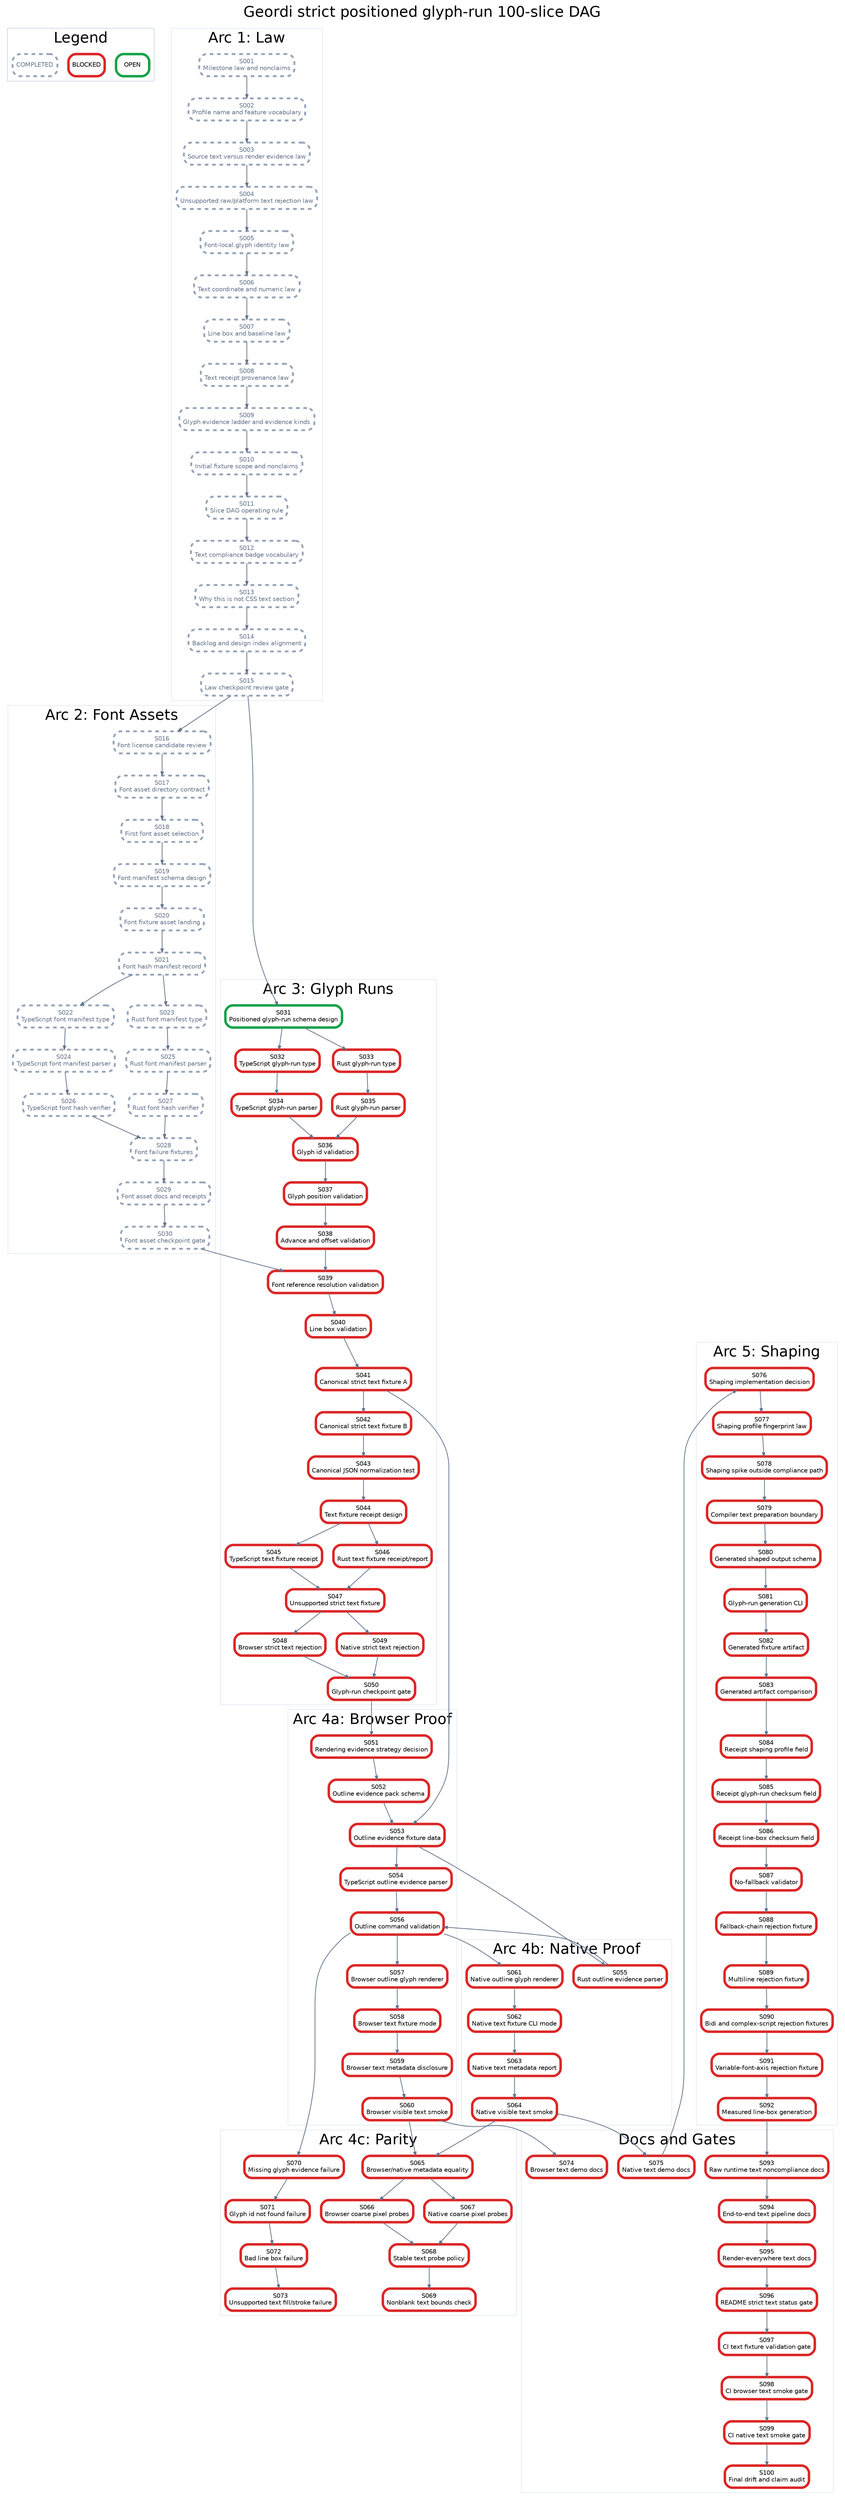
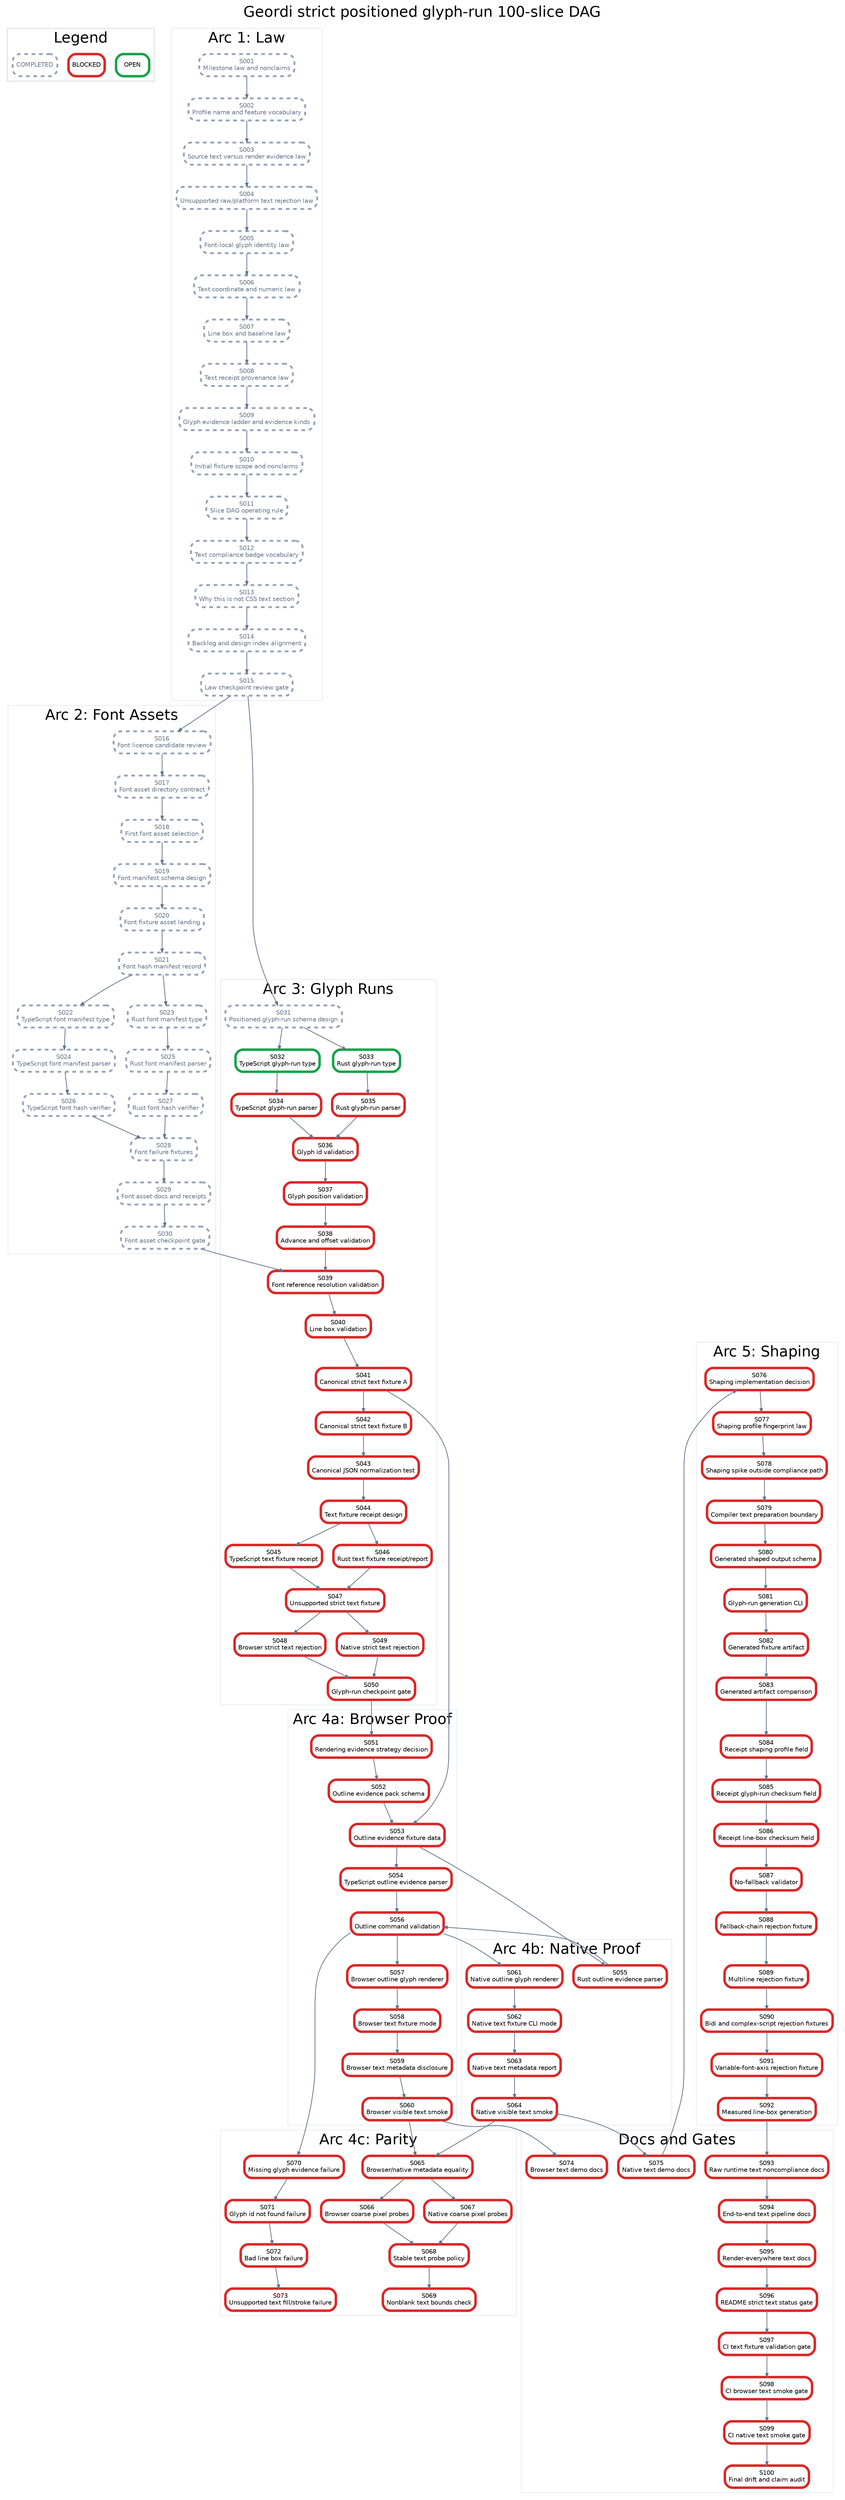
digraph StrictPositionedGlyphRunPlan {
  graph [rankdir=TB, bgcolor="white", fontname="Helvetica", label="Geordi strict positioned glyph-run 100-slice DAG", labelloc="t", fontsize=24];
  node [shape=box, style="rounded,filled", fillcolor="white", fontname="Helvetica", fontsize=10, margin="0.08,0.05"];
  edge [color="#64748b", arrowsize=0.6, penwidth=1.2];

  subgraph cluster_legend {
    label="Legend";
    color="#cbd5e1";
    legend_open [label="OPEN", color="#16a34a", penwidth=4];
    legend_blocked [label="BLOCKED", color="#dc2626", penwidth=4];
    legend_done [label="COMPLETED", color="#94a3b8", penwidth=3, style="rounded,filled,dashed", fontcolor="#64748b"];
  }

  subgraph cluster_law {
    label="Arc 1: Law";
    color="#e2e8f0";
    S001 [label="S001\nMilestone law and nonclaims", color="#94a3b8", penwidth=3, style="rounded,filled,dashed", fontcolor="#64748b"];
    S002 [label="S002\nProfile name and feature vocabulary", color="#94a3b8", penwidth=3, style="rounded,filled,dashed", fontcolor="#64748b"];
    S003 [label="S003\nSource text versus render evidence law", color="#94a3b8", penwidth=3, style="rounded,filled,dashed", fontcolor="#64748b"];
    S004 [label="S004\nUnsupported raw/platform text rejection law", color="#94a3b8", penwidth=3, style="rounded,filled,dashed", fontcolor="#64748b"];
    S005 [label="S005\nFont-local glyph identity law", color="#94a3b8", penwidth=3, style="rounded,filled,dashed", fontcolor="#64748b"];
    S006 [label="S006\nText coordinate and numeric law", color="#94a3b8", penwidth=3, style="rounded,filled,dashed", fontcolor="#64748b"];
    S007 [label="S007\nLine box and baseline law", color="#94a3b8", penwidth=3, style="rounded,filled,dashed", fontcolor="#64748b"];
    S008 [label="S008\nText receipt provenance law", color="#94a3b8", penwidth=3, style="rounded,filled,dashed", fontcolor="#64748b"];
    S009 [label="S009\nGlyph evidence ladder and evidence kinds", color="#94a3b8", penwidth=3, style="rounded,filled,dashed", fontcolor="#64748b"];
    S010 [label="S010\nInitial fixture scope and nonclaims", color="#94a3b8", penwidth=3, style="rounded,filled,dashed", fontcolor="#64748b"];
    S011 [label="S011\nSlice DAG operating rule", color="#94a3b8", penwidth=3, style="rounded,filled,dashed", fontcolor="#64748b"];
    S012 [label="S012\nText compliance badge vocabulary", color="#94a3b8", penwidth=3, style="rounded,filled,dashed", fontcolor="#64748b"];
    S013 [label="S013\nWhy this is not CSS text section", color="#94a3b8", penwidth=3, style="rounded,filled,dashed", fontcolor="#64748b"];
    S014 [label="S014\nBacklog and design index alignment", color="#94a3b8", penwidth=3, style="rounded,filled,dashed", fontcolor="#64748b"];
    S015 [label="S015\nLaw checkpoint review gate", color="#94a3b8", penwidth=3, style="rounded,filled,dashed", fontcolor="#64748b"];
  }

  subgraph cluster_assets {
    label="Arc 2: Font Assets";
    color="#e2e8f0";
    S016 [label="S016\nFont license candidate review", color="#94a3b8", penwidth=3, style="rounded,filled,dashed", fontcolor="#64748b"];
    S017 [label="S017\nFont asset directory contract", color="#94a3b8", penwidth=3, style="rounded,filled,dashed", fontcolor="#64748b"];
    S018 [label="S018\nFirst font asset selection", color="#94a3b8", penwidth=3, style="rounded,filled,dashed", fontcolor="#64748b"];
    S019 [label="S019\nFont manifest schema design", color="#94a3b8", penwidth=3, style="rounded,filled,dashed", fontcolor="#64748b"];
    S020 [label="S020\nFont fixture asset landing", color="#94a3b8", penwidth=3, style="rounded,filled,dashed", fontcolor="#64748b"];
    S021 [label="S021\nFont hash manifest record", color="#94a3b8", penwidth=3, style="rounded,filled,dashed", fontcolor="#64748b"];
    S022 [label="S022\nTypeScript font manifest type", color="#94a3b8", penwidth=3, style="rounded,filled,dashed", fontcolor="#64748b"];
    S023 [label="S023\nRust font manifest type", color="#94a3b8", penwidth=3, style="rounded,filled,dashed", fontcolor="#64748b"];
    S024 [label="S024\nTypeScript font manifest parser", color="#94a3b8", penwidth=3, style="rounded,filled,dashed", fontcolor="#64748b"];
    S025 [label="S025\nRust font manifest parser", color="#94a3b8", penwidth=3, style="rounded,filled,dashed", fontcolor="#64748b"];
    S026 [label="S026\nTypeScript font hash verifier", color="#94a3b8", penwidth=3, style="rounded,filled,dashed", fontcolor="#64748b"];
    S027 [label="S027\nRust font hash verifier", color="#94a3b8", penwidth=3, style="rounded,filled,dashed", fontcolor="#64748b"];
    S028 [label="S028\nFont failure fixtures", color="#94a3b8", penwidth=3, style="rounded,filled,dashed", fontcolor="#64748b"];
    S029 [label="S029\nFont asset docs and receipts", color="#94a3b8", penwidth=3, style="rounded,filled,dashed", fontcolor="#64748b"];
    S030 [label="S030\nFont asset checkpoint gate", color="#94a3b8", penwidth=3, style="rounded,filled,dashed", fontcolor="#64748b"];
  }

  subgraph cluster_glyph {
    label="Arc 3: Glyph Runs";
    color="#e2e8f0";
-     S031 [label="S031\nPositioned glyph-run schema design", color="#16a34a", penwidth=4];
-     S032 [label="S032\nTypeScript glyph-run type", color="#dc2626", penwidth=4];
-     S033 [label="S033\nRust glyph-run type", color="#dc2626", penwidth=4];
+     S031 [label="S031\nPositioned glyph-run schema design", color="#94a3b8", penwidth=3, style="rounded,filled,dashed", fontcolor="#64748b"];
+     S032 [label="S032\nTypeScript glyph-run type", color="#16a34a", penwidth=4];
+     S033 [label="S033\nRust glyph-run type", color="#16a34a", penwidth=4];
    S034 [label="S034\nTypeScript glyph-run parser", color="#dc2626", penwidth=4];
    S035 [label="S035\nRust glyph-run parser", color="#dc2626", penwidth=4];
    S036 [label="S036\nGlyph id validation", color="#dc2626", penwidth=4];
    S037 [label="S037\nGlyph position validation", color="#dc2626", penwidth=4];
    S038 [label="S038\nAdvance and offset validation", color="#dc2626", penwidth=4];
    S039 [label="S039\nFont reference resolution validation", color="#dc2626", penwidth=4];
    S040 [label="S040\nLine box validation", color="#dc2626", penwidth=4];
    S041 [label="S041\nCanonical strict text fixture A", color="#dc2626", penwidth=4];
    S042 [label="S042\nCanonical strict text fixture B", color="#dc2626", penwidth=4];
    S043 [label="S043\nCanonical JSON normalization test", color="#dc2626", penwidth=4];
    S044 [label="S044\nText fixture receipt design", color="#dc2626", penwidth=4];
    S045 [label="S045\nTypeScript text fixture receipt", color="#dc2626", penwidth=4];
    S046 [label="S046\nRust text fixture receipt/report", color="#dc2626", penwidth=4];
    S047 [label="S047\nUnsupported strict text fixture", color="#dc2626", penwidth=4];
    S048 [label="S048\nBrowser strict text rejection", color="#dc2626", penwidth=4];
    S049 [label="S049\nNative strict text rejection", color="#dc2626", penwidth=4];
    S050 [label="S050\nGlyph-run checkpoint gate", color="#dc2626", penwidth=4];
  }

  subgraph cluster_browser {
    label="Arc 4a: Browser Proof";
    color="#e2e8f0";
    S051 [label="S051\nRendering evidence strategy decision", color="#dc2626", penwidth=4];
    S052 [label="S052\nOutline evidence pack schema", color="#dc2626", penwidth=4];
    S053 [label="S053\nOutline evidence fixture data", color="#dc2626", penwidth=4];
    S054 [label="S054\nTypeScript outline evidence parser", color="#dc2626", penwidth=4];
    S056 [label="S056\nOutline command validation", color="#dc2626", penwidth=4];
    S057 [label="S057\nBrowser outline glyph renderer", color="#dc2626", penwidth=4];
    S058 [label="S058\nBrowser text fixture mode", color="#dc2626", penwidth=4];
    S059 [label="S059\nBrowser text metadata disclosure", color="#dc2626", penwidth=4];
    S060 [label="S060\nBrowser visible text smoke", color="#dc2626", penwidth=4];
  }

  subgraph cluster_native {
    label="Arc 4b: Native Proof";
    color="#e2e8f0";
    S055 [label="S055\nRust outline evidence parser", color="#dc2626", penwidth=4];
    S061 [label="S061\nNative outline glyph renderer", color="#dc2626", penwidth=4];
    S062 [label="S062\nNative text fixture CLI mode", color="#dc2626", penwidth=4];
    S063 [label="S063\nNative text metadata report", color="#dc2626", penwidth=4];
    S064 [label="S064\nNative visible text smoke", color="#dc2626", penwidth=4];
  }

  subgraph cluster_parity {
    label="Arc 4c: Parity";
    color="#e2e8f0";
    S065 [label="S065\nBrowser/native metadata equality", color="#dc2626", penwidth=4];
    S066 [label="S066\nBrowser coarse pixel probes", color="#dc2626", penwidth=4];
    S067 [label="S067\nNative coarse pixel probes", color="#dc2626", penwidth=4];
    S068 [label="S068\nStable text probe policy", color="#dc2626", penwidth=4];
    S069 [label="S069\nNonblank text bounds check", color="#dc2626", penwidth=4];
    S070 [label="S070\nMissing glyph evidence failure", color="#dc2626", penwidth=4];
    S071 [label="S071\nGlyph id not found failure", color="#dc2626", penwidth=4];
    S072 [label="S072\nBad line box failure", color="#dc2626", penwidth=4];
    S073 [label="S073\nUnsupported text fill/stroke failure", color="#dc2626", penwidth=4];
  }

  subgraph cluster_shaping {
    label="Arc 5: Shaping";
    color="#e2e8f0";
    S076 [label="S076\nShaping implementation decision", color="#dc2626", penwidth=4];
    S077 [label="S077\nShaping profile fingerprint law", color="#dc2626", penwidth=4];
    S078 [label="S078\nShaping spike outside compliance path", color="#dc2626", penwidth=4];
    S079 [label="S079\nCompiler text preparation boundary", color="#dc2626", penwidth=4];
    S080 [label="S080\nGenerated shaped output schema", color="#dc2626", penwidth=4];
    S081 [label="S081\nGlyph-run generation CLI", color="#dc2626", penwidth=4];
    S082 [label="S082\nGenerated fixture artifact", color="#dc2626", penwidth=4];
    S083 [label="S083\nGenerated artifact comparison", color="#dc2626", penwidth=4];
    S084 [label="S084\nReceipt shaping profile field", color="#dc2626", penwidth=4];
    S085 [label="S085\nReceipt glyph-run checksum field", color="#dc2626", penwidth=4];
    S086 [label="S086\nReceipt line-box checksum field", color="#dc2626", penwidth=4];
    S087 [label="S087\nNo-fallback validator", color="#dc2626", penwidth=4];
    S088 [label="S088\nFallback-chain rejection fixture", color="#dc2626", penwidth=4];
    S089 [label="S089\nMultiline rejection fixture", color="#dc2626", penwidth=4];
    S090 [label="S090\nBidi and complex-script rejection fixtures", color="#dc2626", penwidth=4];
    S091 [label="S091\nVariable-font-axis rejection fixture", color="#dc2626", penwidth=4];
    S092 [label="S092\nMeasured line-box generation", color="#dc2626", penwidth=4];
  }

  subgraph cluster_docs {
    label="Docs and Gates";
    color="#e2e8f0";
    S074 [label="S074\nBrowser text demo docs", color="#dc2626", penwidth=4];
    S075 [label="S075\nNative text demo docs", color="#dc2626", penwidth=4];
    S093 [label="S093\nRaw runtime text noncompliance docs", color="#dc2626", penwidth=4];
    S094 [label="S094\nEnd-to-end text pipeline docs", color="#dc2626", penwidth=4];
    S095 [label="S095\nRender-everywhere text docs", color="#dc2626", penwidth=4];
    S096 [label="S096\nREADME strict text status gate", color="#dc2626", penwidth=4];
    S097 [label="S097\nCI text fixture validation gate", color="#dc2626", penwidth=4];
    S098 [label="S098\nCI browser text smoke gate", color="#dc2626", penwidth=4];
    S099 [label="S099\nCI native text smoke gate", color="#dc2626", penwidth=4];
    S100 [label="S100\nFinal drift and claim audit", color="#dc2626", penwidth=4];
  }

  S001 -> S002;
  S002 -> S003;
  S003 -> S004;
  S004 -> S005;
  S005 -> S006;
  S006 -> S007;
  S007 -> S008;
  S008 -> S009;
  S009 -> S010;
  S010 -> S011;
  S011 -> S012;
  S012 -> S013;
  S013 -> S014;
  S014 -> S015;
  S015 -> S016;
  S016 -> S017;
  S017 -> S018;
  S018 -> S019;
  S019 -> S020;
  S020 -> S021;
  S021 -> S022;
  S021 -> S023;
  S022 -> S024;
  S023 -> S025;
  S024 -> S026;
  S025 -> S027;
  S026 -> S028;
  S027 -> S028;
  S028 -> S029;
  S029 -> S030;
  S015 -> S031;
  S031 -> S032;
  S031 -> S033;
  S032 -> S034;
  S033 -> S035;
  S034 -> S036;
  S035 -> S036;
  S036 -> S037;
  S037 -> S038;
  S038 -> S039;
  S039 -> S040;
  S030 -> S039;
  S040 -> S041;
  S041 -> S042;
  S042 -> S043;
  S043 -> S044;
  S044 -> S045;
  S044 -> S046;
  S045 -> S047;
  S046 -> S047;
  S047 -> S048;
  S047 -> S049;
  S048 -> S050;
  S049 -> S050;
  S050 -> S051;
  S051 -> S052;
  S052 -> S053;
  S041 -> S053;
  S053 -> S054;
  S053 -> S055;
  S054 -> S056;
  S055 -> S056;
  S056 -> S057;
  S057 -> S058;
  S058 -> S059;
  S059 -> S060;
  S056 -> S061;
  S061 -> S062;
  S062 -> S063;
  S063 -> S064;
  S060 -> S065;
  S064 -> S065;
  S065 -> S066;
  S065 -> S067;
  S066 -> S068;
  S067 -> S068;
  S068 -> S069;
  S056 -> S070;
  S070 -> S071;
  S071 -> S072;
  S072 -> S073;
  S060 -> S074;
  S064 -> S075;
  S075 -> S076;
  S076 -> S077;
  S077 -> S078;
  S078 -> S079;
  S079 -> S080;
  S080 -> S081;
  S081 -> S082;
  S082 -> S083;
  S083 -> S084;
  S084 -> S085;
  S085 -> S086;
  S086 -> S087;
  S087 -> S088;
  S088 -> S089;
  S089 -> S090;
  S090 -> S091;
  S091 -> S092;
  S092 -> S093;
  S093 -> S094;
  S094 -> S095;
  S095 -> S096;
  S096 -> S097;
  S097 -> S098;
  S098 -> S099;
  S099 -> S100;
}
